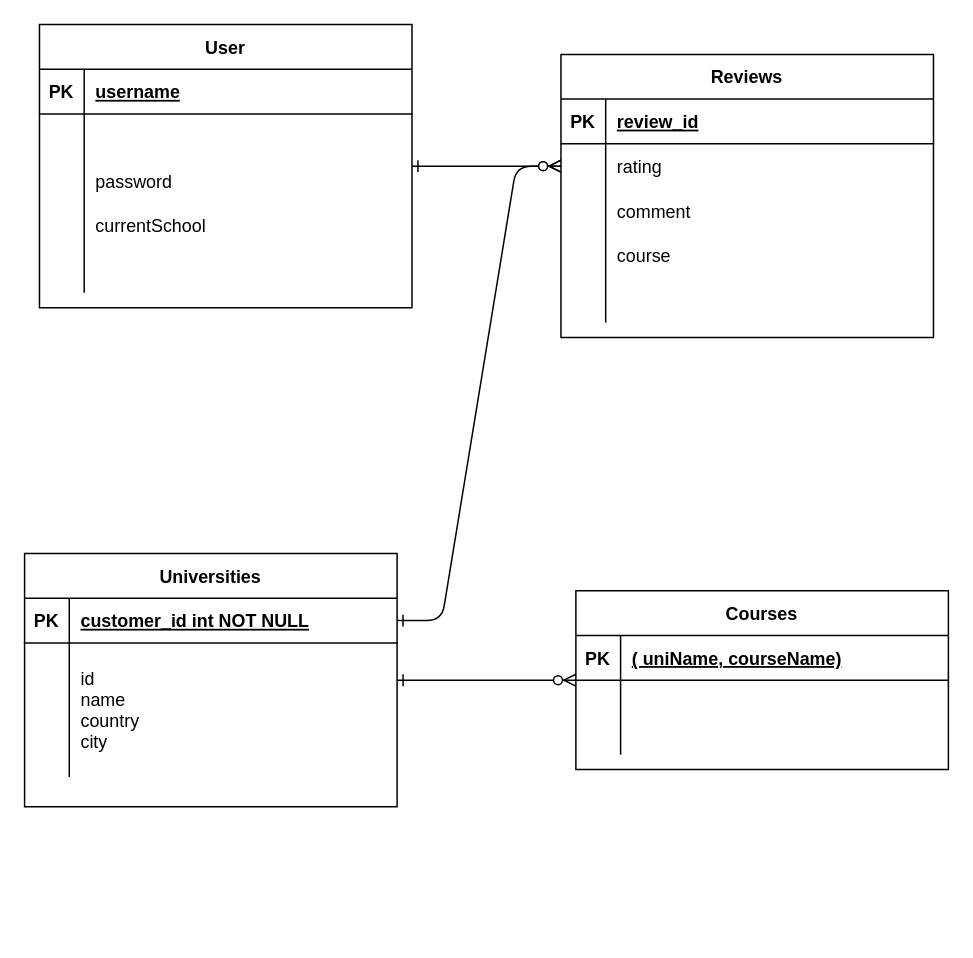
Before: Lab Deliverables/Additional Diagrams/database design.drawio in KayZhang52/CZ2006_Project, a draw.io diagram. Source tidied: cells renumbered, new cells numbered last; positions are measured from the earlier drawing's top-left corner, leaving out a move shared by most shapes. Both pictures are drawn from the tidied source at 149%, with x=0, y=0 at pixel (24, 24).
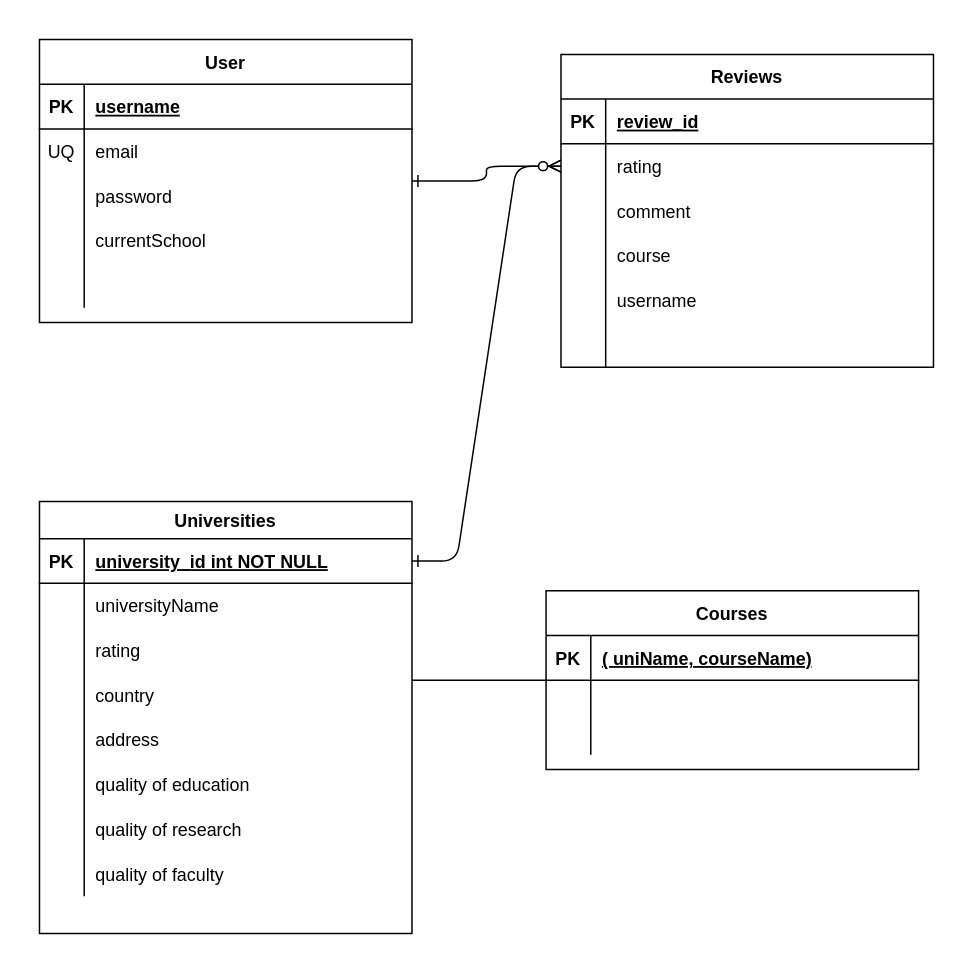
After the change.

Unchanged cells that the change refers to:
```xml
<mxCell id="42" style="shape=partialRectangle;fillColor=none;top=0;left=0;right=0;bottom=0;" parent="38" vertex="1">
  <mxGeometry y="60" width="250" height="30" as="geometry" />
</mxCell>
```

The edit, as a diff of the source:
```diff
@@
     <mxCell id="3" value="Reviews" style="shape=table;startSize=30;childLayout=tableLayout;rowLines=0;fontStyle=1;align=center;" parent="1" vertex="1">
-      <mxGeometry x="360" y="20" width="250" height="190" as="geometry" />
+      <mxGeometry x="360" y="20" width="250" height="210" as="geometry" />
     </mxCell>
@@
+    <mxCell id="54" style="shape=partialRectangle;fillColor=none;top=0;left=0;right=0;bottom=0;" parent="3" vertex="1">
+      <mxGeometry y="150" width="250" height="30" as="geometry" />
+    </mxCell>
+    <mxCell id="55" style="shape=partialRectangle;overflow=hidden;fillColor=none;top=0;left=0;bottom=0;right=0;" parent="54" vertex="1">
+      <mxGeometry width="30" height="30" as="geometry" />
+    </mxCell>
+    <mxCell id="56" value="username" style="shape=partialRectangle;overflow=hidden;fillColor=none;top=0;left=0;bottom=0;right=0;align=left;spacingLeft=6;" parent="54" vertex="1">
+      <mxGeometry x="30" width="220" height="30" as="geometry" />
+    </mxCell>
     <mxCell id="16" style="shape=partialRectangle;fillColor=none;top=0;left=0;right=0;bottom=0;" parent="3" vertex="1">
-      <mxGeometry y="150" width="250" height="30" as="geometry" />
+      <mxGeometry y="180" width="250" height="30" as="geometry" />
     </mxCell>
@@
     <mxCell id="19" value="Courses" style="shape=table;startSize=30;childLayout=tableLayout;rowLines=0;fontStyle=1;align=center;" parent="1" vertex="1">
-      <mxGeometry x="370" y="380" width="250" height="120" as="geometry" />
+      <mxGeometry x="350" y="380" width="250" height="120" as="geometry" />
     </mxCell>
@@
-    <mxCell id="29" value="Universities" style="shape=table;startSize=30;childLayout=tableLayout;rowLines=0;fontStyle=1;align=center;" parent="1" vertex="1">
-      <mxGeometry y="355" width="250" height="170" as="geometry" />
+    <mxCell id="29" value="Universities" style="shape=table;startSize=25;childLayout=tableLayout;rowLines=0;fontStyle=1;align=center;" parent="1" vertex="1">
+      <mxGeometry x="10" y="320" width="250" height="290" as="geometry" />
     </mxCell>
     <mxCell id="30" style="shape=partialRectangle;fillColor=none;points=[[0,0.5],[1,0.5]];portConstraint=eastwest;top=0;left=0;right=0;bottom=1;" parent="29" vertex="1">
-      <mxGeometry y="30" width="250" height="30" as="geometry" />
+      <mxGeometry y="25" width="250" height="30" as="geometry" />
     </mxCell>
@@
-    <mxCell id="32" value="customer_id int NOT NULL " style="shape=partialRectangle;overflow=hidden;fillColor=none;top=0;left=0;bottom=0;right=0;align=left;spacingLeft=6;fontStyle=5;" parent="30" vertex="1">
+    <mxCell id="32" value="university_id int NOT NULL " style="shape=partialRectangle;overflow=hidden;fillColor=none;top=0;left=0;bottom=0;right=0;align=left;spacingLeft=6;fontStyle=5;" parent="30" vertex="1">
       <mxGeometry x="30" width="220" height="30" as="geometry" />
     </mxCell>
     <mxCell id="33" style="shape=partialRectangle;fillColor=none;top=0;left=0;right=0;bottom=0;" parent="29" vertex="1">
-      <mxGeometry y="60" width="250" height="90" as="geometry" />
+      <mxGeometry y="55" width="250" height="30" as="geometry" />
     </mxCell>
     <mxCell id="34" style="shape=partialRectangle;overflow=hidden;fillColor=none;top=0;left=0;bottom=0;right=0;" parent="33" vertex="1">
-      <mxGeometry width="30" height="90" as="geometry" />
+      <mxGeometry width="30" height="30" as="geometry" />
     </mxCell>
-    <mxCell id="35" value="id&#10;name&#10;country&#10;city" style="shape=partialRectangle;overflow=hidden;fillColor=none;top=0;left=0;bottom=0;right=0;align=left;spacingLeft=6;" parent="33" vertex="1">
-      <mxGeometry x="30" width="220" height="90" as="geometry" />
+    <mxCell id="35" value="universityName" style="shape=partialRectangle;overflow=hidden;fillColor=none;top=0;left=0;bottom=0;right=0;align=left;spacingLeft=6;" parent="33" vertex="1">
+      <mxGeometry x="30" width="220" height="30" as="geometry" />
     </mxCell>
+    <mxCell id="57" style="shape=partialRectangle;fillColor=none;top=0;left=0;right=0;bottom=0;" parent="29" vertex="1">
+      <mxGeometry y="85" width="250" height="30" as="geometry" />
+    </mxCell>
+    <mxCell id="58" style="shape=partialRectangle;overflow=hidden;fillColor=none;top=0;left=0;bottom=0;right=0;" parent="57" vertex="1">
+      <mxGeometry width="30" height="30" as="geometry" />
+    </mxCell>
+    <mxCell id="59" value="rating" style="shape=partialRectangle;overflow=hidden;fillColor=none;top=0;left=0;bottom=0;right=0;align=left;spacingLeft=6;" parent="57" vertex="1">
+      <mxGeometry x="30" width="220" height="30" as="geometry" />
+    </mxCell>
+    <mxCell id="60" style="shape=partialRectangle;fillColor=none;top=0;left=0;right=0;bottom=0;" parent="29" vertex="1">
+      <mxGeometry y="115" width="250" height="30" as="geometry" />
+    </mxCell>
+    <mxCell id="61" style="shape=partialRectangle;overflow=hidden;fillColor=none;top=0;left=0;bottom=0;right=0;" parent="60" vertex="1">
+      <mxGeometry width="30" height="30" as="geometry" />
+    </mxCell>
+    <mxCell id="62" value="country" style="shape=partialRectangle;overflow=hidden;fillColor=none;top=0;left=0;bottom=0;right=0;align=left;spacingLeft=6;" parent="60" vertex="1">
+      <mxGeometry x="30" width="220" height="30" as="geometry" />
+    </mxCell>
+    <mxCell id="63" style="shape=partialRectangle;fillColor=none;top=0;left=0;right=0;bottom=0;" parent="29" vertex="1">
+      <mxGeometry y="145" width="250" height="30" as="geometry" />
+    </mxCell>
+    <mxCell id="64" style="shape=partialRectangle;overflow=hidden;fillColor=none;top=0;left=0;bottom=0;right=0;" parent="63" vertex="1">
+      <mxGeometry width="30" height="30" as="geometry" />
+    </mxCell>
+    <mxCell id="65" value="address" style="shape=partialRectangle;overflow=hidden;fillColor=none;top=0;left=0;bottom=0;right=0;align=left;spacingLeft=6;" parent="63" vertex="1">
+      <mxGeometry x="30" width="220" height="30" as="geometry" />
+    </mxCell>
+    <mxCell id="66" style="shape=partialRectangle;fillColor=none;top=0;left=0;right=0;bottom=0;" parent="29" vertex="1">
+      <mxGeometry y="175" width="250" height="30" as="geometry" />
+    </mxCell>
+    <mxCell id="67" style="shape=partialRectangle;overflow=hidden;fillColor=none;top=0;left=0;bottom=0;right=0;" parent="66" vertex="1">
+      <mxGeometry width="30" height="30" as="geometry" />
+    </mxCell>
+    <mxCell id="68" value="quality of education" style="shape=partialRectangle;overflow=hidden;fillColor=none;top=0;left=0;bottom=0;right=0;align=left;spacingLeft=6;" parent="66" vertex="1">
+      <mxGeometry x="30" width="220" height="30" as="geometry" />
+    </mxCell>
+    <mxCell id="69" style="shape=partialRectangle;fillColor=none;top=0;left=0;right=0;bottom=0;" parent="29" vertex="1">
+      <mxGeometry y="205" width="250" height="30" as="geometry" />
+    </mxCell>
+    <mxCell id="70" style="shape=partialRectangle;overflow=hidden;fillColor=none;top=0;left=0;bottom=0;right=0;" parent="69" vertex="1">
+      <mxGeometry width="30" height="30" as="geometry" />
+    </mxCell>
+    <mxCell id="71" value="quality of research" style="shape=partialRectangle;overflow=hidden;fillColor=none;top=0;left=0;bottom=0;right=0;align=left;spacingLeft=6;" parent="69" vertex="1">
+      <mxGeometry x="30" width="220" height="30" as="geometry" />
+    </mxCell>
+    <mxCell id="72" style="shape=partialRectangle;fillColor=none;top=0;left=0;right=0;bottom=0;" parent="29" vertex="1">
+      <mxGeometry y="235" width="250" height="30" as="geometry" />
+    </mxCell>
+    <mxCell id="73" style="shape=partialRectangle;overflow=hidden;fillColor=none;top=0;left=0;bottom=0;right=0;" parent="72" vertex="1">
+      <mxGeometry width="30" height="30" as="geometry" />
+    </mxCell>
+    <mxCell id="74" value="quality of faculty" style="shape=partialRectangle;overflow=hidden;fillColor=none;top=0;left=0;bottom=0;right=0;align=left;spacingLeft=6;" parent="72" vertex="1">
+      <mxGeometry x="30" width="220" height="30" as="geometry" />
+    </mxCell>
-    <mxCell id="36" style="edgeStyle=orthogonalEdgeStyle;rounded=1;jettySize=auto;html=1;endArrow=ERzeroToMany;startArrow=ERone;endFill=1;startFill=0;" parent="1" edge="1" source="29" target="19">
+    <mxCell id="36" style="edgeStyle=orthogonalEdgeStyle;rounded=1;jettySize=auto;html=1;endArrow=none;startArrow=none;endFill=0;startFill=0;" parent="1" edge="1" source="29" target="19">
       <mxGeometry relative="1" as="geometry">
         <Array as="points">
           <mxPoint x="320" y="440" />
           <mxPoint x="320" y="440" />
         </Array>
       </mxGeometry>
     </mxCell>
@@
     <mxCell id="38" value="User" style="shape=table;startSize=30;childLayout=tableLayout;rowLines=0;fontStyle=1;align=center;" parent="1" vertex="1">
-      <mxGeometry x="10" width="250" height="190" as="geometry" />
+      <mxGeometry x="10" y="10" width="250" height="190" as="geometry" />
     </mxCell>
@@
-    <mxCell id="43" style="shape=partialRectangle;overflow=hidden;fillColor=none;top=0;left=0;bottom=0;right=0;" parent="42" vertex="1">
+    <mxCell id="43" value="UQ" style="shape=partialRectangle;overflow=hidden;fillColor=none;top=0;left=0;bottom=0;right=0;" parent="42" vertex="1">
       <mxGeometry width="30" height="30" as="geometry" />
     </mxCell>
-    <mxCell id="44" style="shape=partialRectangle;overflow=hidden;fillColor=none;top=0;left=0;bottom=0;right=0;align=left;spacingLeft=6;" parent="42" vertex="1">
+    <mxCell id="44" value="email" style="shape=partialRectangle;overflow=hidden;fillColor=none;top=0;left=0;bottom=0;right=0;align=left;spacingLeft=6;" parent="42" vertex="1">
       <mxGeometry x="30" width="220" height="30" as="geometry" />
     </mxCell>
```
